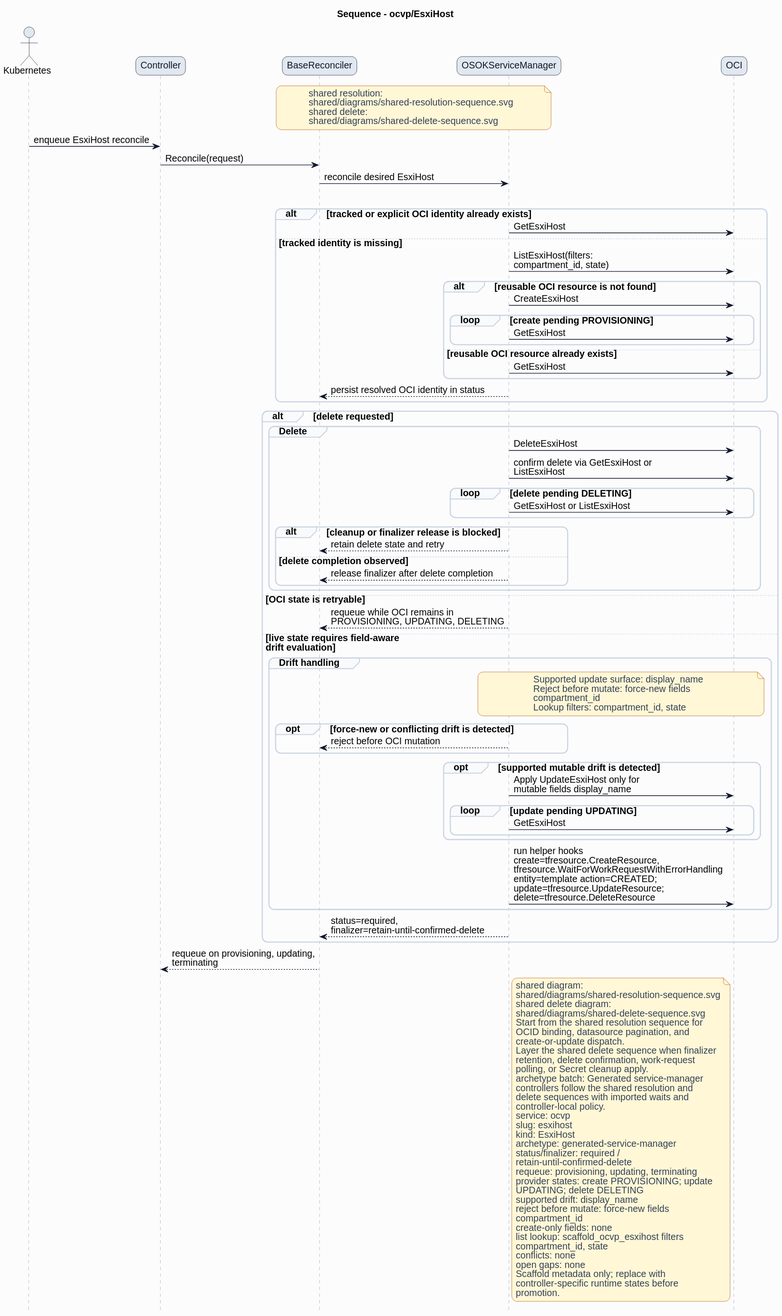
Above: formal/controllers/ocvp/esxihost/diagrams/sequence.svg in HaoyL666/oci-service-operator (PlantUML), before the change. The source it was exported from:
```plantuml
@startuml
skinparam shadowing false
skinparam backgroundColor #fcfcfd
skinparam defaultFontName Helvetica
skinparam defaultFontSize 14
skinparam arrowColor #0f172a
skinparam noteBackgroundColor #fff7d6
skinparam noteBorderColor #b45309
skinparam noteFontColor #334155
skinparam roundcorner 16
title Sequence - ocvp/EsxiHost
hide footbox
skinparam sequence {
  actorBorderColor #0f172a
  actorBackgroundColor #e2e8f0
  participantBorderColor #0f172a
  participantBackgroundColor #e2e8f0
  participantFontColor #0f172a
  lifeLineBorderColor #94a3b8
  groupBorderColor #cbd5e1
  groupBackgroundColor #f8fafc
}
actor Kubernetes
participant Controller
participant BaseReconciler
participant "OSOKServiceManager" as ServiceManager
participant OCI
note over BaseReconciler,ServiceManager
shared resolution:
shared/diagrams/shared-resolution-sequence.svg
shared delete:
shared/diagrams/shared-delete-sequence.svg
end note
Kubernetes -> Controller: enqueue EsxiHost reconcile
Controller -> BaseReconciler: Reconcile(request)
BaseReconciler -> ServiceManager: reconcile desired EsxiHost
group Lookup and bind
alt tracked or explicit OCI identity already exists
ServiceManager -> OCI: GetEsxiHost
else tracked identity is missing
ServiceManager -> OCI: ListEsxiHost(filters:\ncompartment_id, state)
alt reusable OCI resource is not found
ServiceManager -> OCI: CreateEsxiHost
loop create pending PROVISIONING
ServiceManager -> OCI: GetEsxiHost
end
else reusable OCI resource already exists
ServiceManager -> OCI: GetEsxiHost
end
ServiceManager --> BaseReconciler: persist resolved OCI identity in status
end
alt delete requested
group Delete
ServiceManager -> OCI: DeleteEsxiHost
ServiceManager -> OCI: confirm delete via GetEsxiHost or\nListEsxiHost
loop delete pending DELETING
ServiceManager -> OCI: GetEsxiHost or ListEsxiHost
end
alt cleanup or finalizer release is blocked
ServiceManager --> BaseReconciler: retain delete state and retry
else delete completion observed
ServiceManager --> BaseReconciler: release finalizer after delete completion
end
end
else OCI state is retryable
ServiceManager --> BaseReconciler: requeue while OCI remains in\nPROVISIONING, UPDATING, DELETING
else live state requires field-aware\ndrift evaluation
group Drift handling
note over ServiceManager,OCI
Supported update surface: display_name
Reject before mutate: force-new fields
compartment_id
Lookup filters: compartment_id, state
end note
opt force-new or conflicting drift is detected
ServiceManager --> BaseReconciler: reject before OCI mutation
end
opt supported mutable drift is detected
ServiceManager -> OCI: Apply UpdateEsxiHost only for\nmutable fields display_name
loop update pending UPDATING
ServiceManager -> OCI: GetEsxiHost
end
end
ServiceManager -> OCI: run helper hooks\ncreate=tfresource.CreateResource,\ntfresource.WaitForWorkRequestWithErrorHandling\nentity=template action=CREATED;\nupdate=tfresource.UpdateResource;\ndelete=tfresource.DeleteResource
end
ServiceManager --> BaseReconciler: status=required,\nfinalizer=retain-until-confirmed-delete
end
BaseReconciler --> Controller: requeue on provisioning, updating,\nterminating
note right of ServiceManager
shared diagram:
shared/diagrams/shared-resolution-sequence.svg
shared delete diagram:
shared/diagrams/shared-delete-sequence.svg
Start from the shared resolution sequence for
OCID binding, datasource pagination, and
create-or-update dispatch.
Layer the shared delete sequence when finalizer
retention, delete confirmation, work-request
polling, or Secret cleanup apply.
archetype batch: Generated service-manager
controllers follow the shared resolution and
delete sequences with imported waits and
controller-local policy.
service: ocvp
slug: esxihost
kind: EsxiHost
archetype: generated-service-manager
status/finalizer: required /
retain-until-confirmed-delete
requeue: provisioning, updating, terminating
provider states: create PROVISIONING; update
UPDATING; delete DELETING
supported drift: display_name
reject before mutate: force-new fields
compartment_id
create-only fields: none
list lookup: scaffold_ocvp_esxihost filters
compartment_id, state
conflicts: none
open gaps: none
Scaffold metadata only; replace with
controller-specific runtime states before
promotion.
end note
@enduml
```
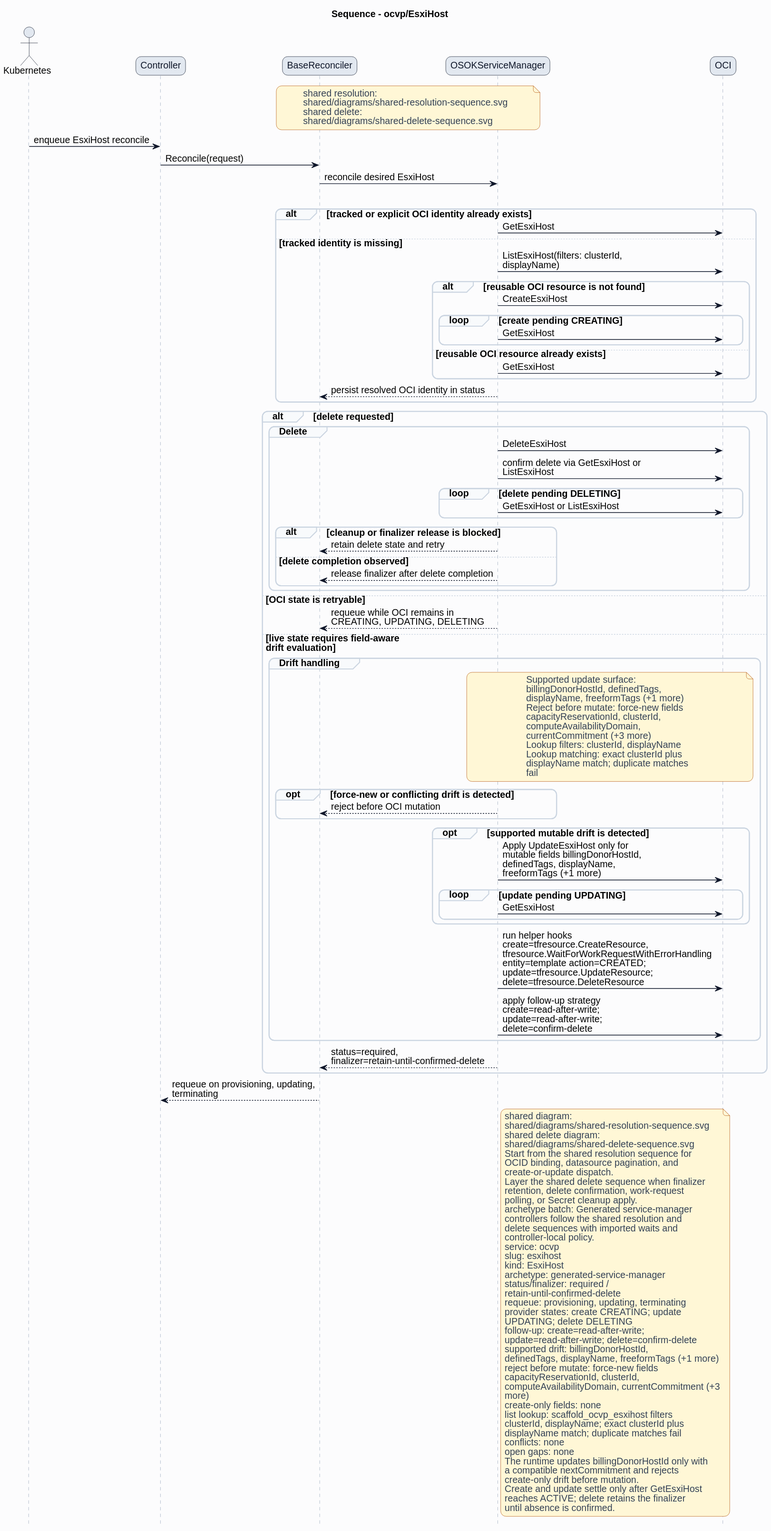
Above is the later version.

What changed in the source:
```diff
@@ -38,10 +38,10 @@
 alt tracked or explicit OCI identity already exists
 ServiceManager -> OCI: GetEsxiHost
 else tracked identity is missing
-ServiceManager -> OCI: ListEsxiHost(filters:\ncompartment_id, state)
+ServiceManager -> OCI: ListEsxiHost(filters: clusterId,\ndisplayName)
 alt reusable OCI resource is not found
 ServiceManager -> OCI: CreateEsxiHost
-loop create pending PROVISIONING
+loop create pending CREATING
 ServiceManager -> OCI: GetEsxiHost
 end
 else reusable OCI resource already exists
@@ -63,25 +63,33 @@
 end
 end
 else OCI state is retryable
-ServiceManager --> BaseReconciler: requeue while OCI remains in\nPROVISIONING, UPDATING, DELETING
+ServiceManager --> BaseReconciler: requeue while OCI remains in\nCREATING, UPDATING, DELETING
 else live state requires field-aware\ndrift evaluation
 group Drift handling
 note over ServiceManager,OCI
-Supported update surface: display_name
+Supported update surface:
+billingDonorHostId, definedTags,
+displayName, freeformTags (+1 more)
 Reject before mutate: force-new fields
-compartment_id
-Lookup filters: compartment_id, state
+capacityReservationId, clusterId,
+computeAvailabilityDomain,
+currentCommitment (+3 more)
+Lookup filters: clusterId, displayName
+Lookup matching: exact clusterId plus
+displayName match; duplicate matches
+fail
 end note
 opt force-new or conflicting drift is detected
 ServiceManager --> BaseReconciler: reject before OCI mutation
 end
 opt supported mutable drift is detected
-ServiceManager -> OCI: Apply UpdateEsxiHost only for\nmutable fields display_name
+ServiceManager -> OCI: Apply UpdateEsxiHost only for\nmutable fields billingDonorHostId,\ndefinedTags, displayName,\nfreeformTags (+1 more)
 loop update pending UPDATING
 ServiceManager -> OCI: GetEsxiHost
 end
 end
 ServiceManager -> OCI: run helper hooks\ncreate=tfresource.CreateResource,\ntfresource.WaitForWorkRequestWithErrorHandling\nentity=template action=CREATED;\nupdate=tfresource.UpdateResource;\ndelete=tfresource.DeleteResource
+ServiceManager -> OCI: apply follow-up strategy\ncreate=read-after-write;\nupdate=read-after-write;\ndelete=confirm-delete
 end
 ServiceManager --> BaseReconciler: status=required,\nfinalizer=retain-until-confirmed-delete
 end
@@ -108,18 +116,27 @@
 status/finalizer: required /
 retain-until-confirmed-delete
 requeue: provisioning, updating, terminating
-provider states: create PROVISIONING; update
+provider states: create CREATING; update
 UPDATING; delete DELETING
-supported drift: display_name
+follow-up: create=read-after-write;
+update=read-after-write; delete=confirm-delete
+supported drift: billingDonorHostId,
+definedTags, displayName, freeformTags (+1 more)
 reject before mutate: force-new fields
-compartment_id
+capacityReservationId, clusterId,
+computeAvailabilityDomain, currentCommitment (+3
+more)
 create-only fields: none
 list lookup: scaffold_ocvp_esxihost filters
-compartment_id, state
+clusterId, displayName; exact clusterId plus
+displayName match; duplicate matches fail
 conflicts: none
 open gaps: none
-Scaffold metadata only; replace with
-controller-specific runtime states before
-promotion.
+The runtime updates billingDonorHostId only with
+a compatible nextCommitment and rejects
+create-only drift before mutation.
+Create and update settle only after GetEsxiHost
+reaches ACTIVE; delete retains the finalizer
+until absence is confirmed.
 end note
 @enduml
```
